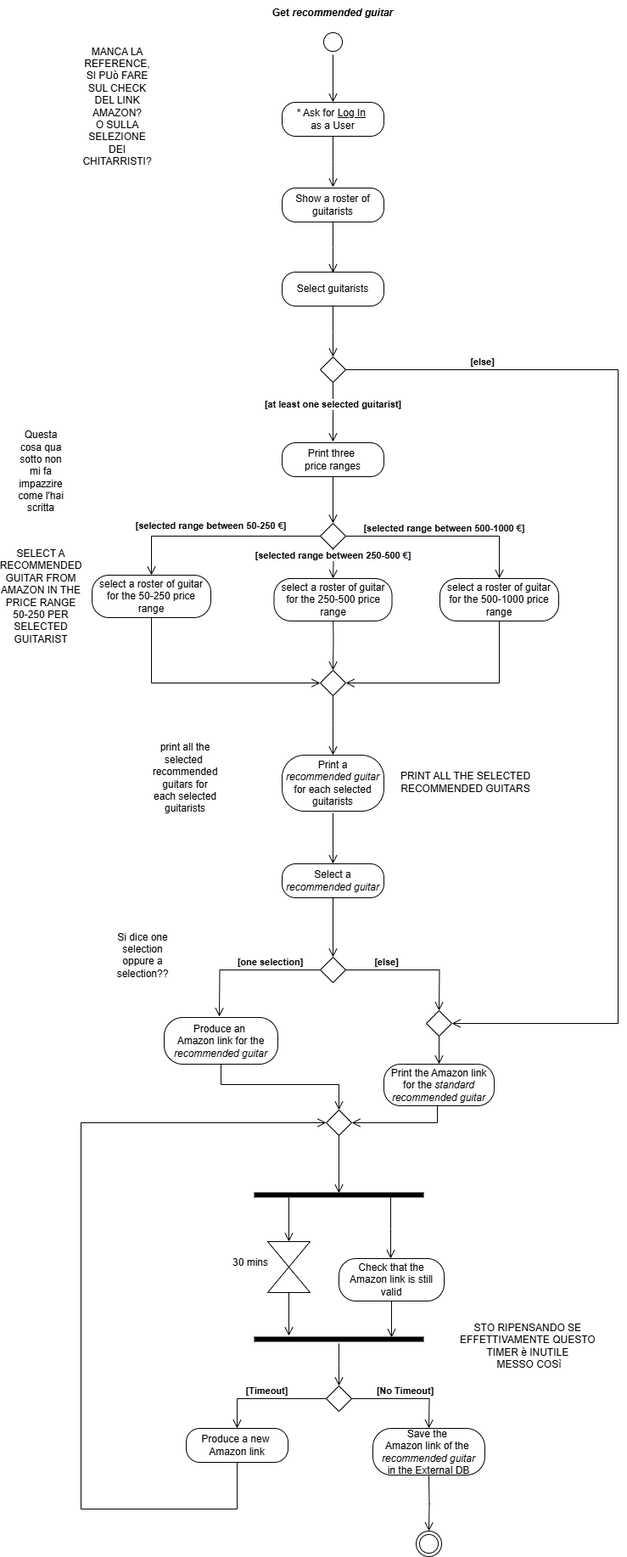
The draw.io diagram ActivityDiagramM.drawio.png in TizianoLilli/ISPW-Project, before a commit. Source tidied: cells renumbered, new cells last; positions are measured from the earlier drawing's top-left corner, leaving out a move shared by most shapes.
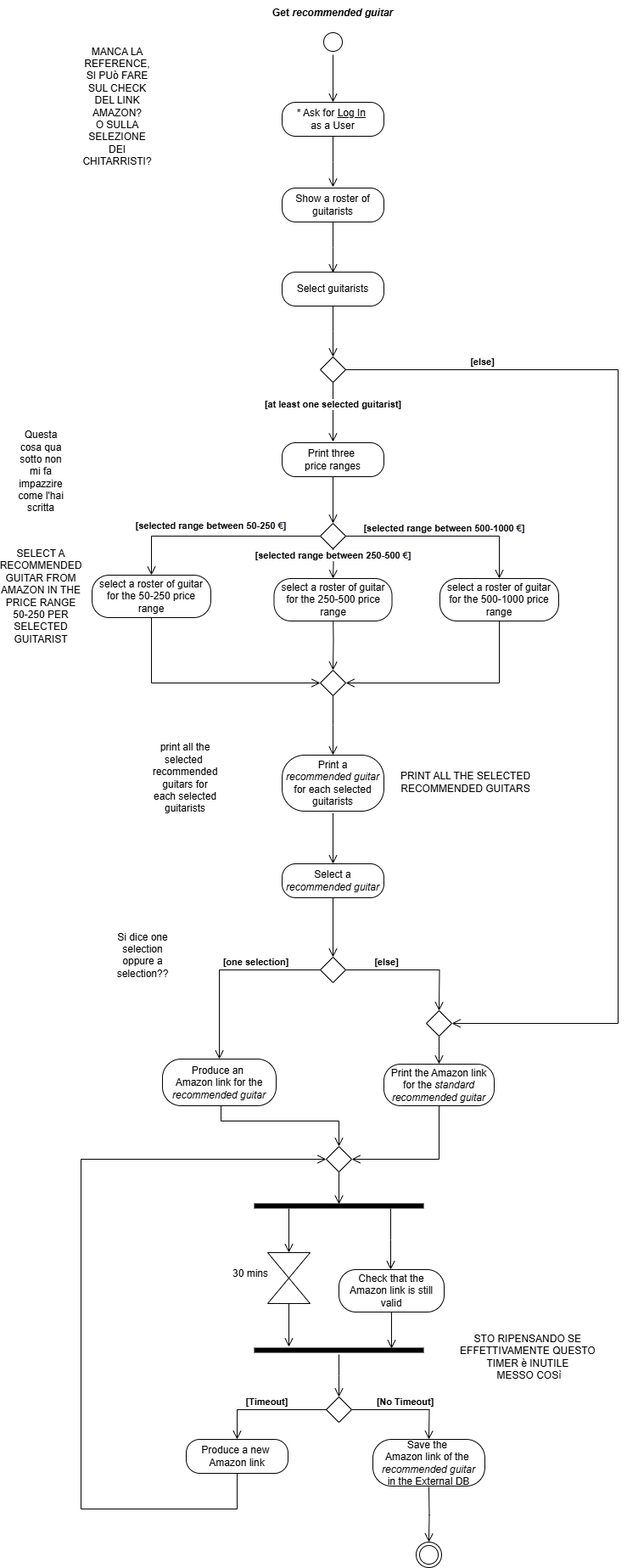
Later version of the same file.

What changed in the source:
```diff
@@ -86,91 +86,91 @@
       </mxGeometry>
     </mxCell>
     <mxCell id="20" value="Produce an&amp;nbsp;&lt;div&gt;Amazon link for the&lt;/div&gt;&lt;div&gt;&lt;i&gt;recommended guitar&lt;/i&gt;&lt;/div&gt;" style="rounded=1;whiteSpace=wrap;html=1;arcSize=40;labelBackgroundColor=none;" parent="1" vertex="1">
-      <mxGeometry x="175" y="1198" width="134" height="55" as="geometry" />
+      <mxGeometry x="173" y="1247" width="134" height="55" as="geometry" />
     </mxCell>
     <mxCell id="21" style="edgeStyle=orthogonalEdgeStyle;html=1;verticalAlign=bottom;endArrow=open;endSize=8;rounded=0;labelBackgroundColor=none;fontColor=default;" parent="1" edge="1" source="20" target="39">
       <mxGeometry relative="1" as="geometry">
         <Array as="points">
-          <mxPoint x="242" y="1277" />
-          <mxPoint x="381" y="1277" />
+          <mxPoint x="242" y="1320" />
+          <mxPoint x="381" y="1320" />
         </Array>
       </mxGeometry>
     </mxCell>
     <mxCell id="22" style="shape=line;html=1;strokeWidth=6;labelBackgroundColor=none;" parent="1" vertex="1">
-      <mxGeometry x="281" y="1402" width="200" height="10" as="geometry" />
+      <mxGeometry x="281" y="1415" width="200" height="10" as="geometry" />
     </mxCell>
     <mxCell id="23" style="edgeStyle=orthogonalEdgeStyle;html=1;verticalAlign=bottom;endArrow=open;endSize=8;rounded=0;exitX=0.805;exitY=0.8;exitDx=0;exitDy=0;exitPerimeter=0;labelBackgroundColor=none;fontColor=default;" parent="1" edge="1" source="22">
       <mxGeometry relative="1" as="geometry">
-        <mxPoint x="442" y="1482" as="targetPoint" />
+        <mxPoint x="442" y="1495" as="targetPoint" />
       </mxGeometry>
     </mxCell>
     <mxCell id="24" value="Check that the Amazon link is still valid" style="rounded=1;whiteSpace=wrap;html=1;arcSize=40;labelBackgroundColor=none;" parent="1" vertex="1">
-      <mxGeometry x="381" y="1482" width="124" height="50" as="geometry" />
+      <mxGeometry x="381" y="1495" width="124" height="50" as="geometry" />
     </mxCell>
     <mxCell id="25" style="edgeStyle=orthogonalEdgeStyle;html=1;verticalAlign=bottom;endArrow=open;endSize=8;rounded=0;exitX=0.5;exitY=1;exitDx=0;exitDy=0;entryX=0.81;entryY=0.3;entryDx=0;entryDy=0;entryPerimeter=0;labelBackgroundColor=none;fontColor=default;" parent="1" edge="1" source="24" target="32">
       <mxGeometry relative="1" as="geometry" />
     </mxCell>
     <mxCell id="26" style="rhombus;whiteSpace=wrap;html=1;labelBackgroundColor=none;" parent="1" vertex="1">
-      <mxGeometry x="366" y="1632" width="30" height="30" as="geometry" />
+      <mxGeometry x="366" y="1645" width="30" height="30" as="geometry" />
     </mxCell>
     <mxCell id="27" style="triangle;whiteSpace=wrap;html=1;direction=south;labelBackgroundColor=none;" parent="1" vertex="1">
-      <mxGeometry x="297" y="1462" width="50" height="30" as="geometry" />
+      <mxGeometry x="297" y="1475" width="50" height="30" as="geometry" />
     </mxCell>
     <mxCell id="28" style="triangle;whiteSpace=wrap;html=1;direction=north;labelBackgroundColor=none;" parent="1" vertex="1">
-      <mxGeometry x="297" y="1492" width="50" height="30" as="geometry" />
+      <mxGeometry x="297" y="1505" width="50" height="30" as="geometry" />
     </mxCell>
     <mxCell id="29" style="edgeStyle=orthogonalEdgeStyle;html=1;verticalAlign=bottom;endArrow=open;endSize=8;rounded=0;entryX=0;entryY=0.5;entryDx=0;entryDy=0;exitX=0.205;exitY=0.8;exitDx=0;exitDy=0;exitPerimeter=0;labelBackgroundColor=none;fontColor=default;" parent="1" edge="1" source="22" target="27">
       <mxGeometry relative="1" as="geometry" />
     </mxCell>
     <mxCell id="30" value="30 mins" style="text;html=1;align=center;verticalAlign=middle;whiteSpace=wrap;rounded=0;labelBackgroundColor=none;" parent="1" vertex="1">
-      <mxGeometry x="247" y="1472" width="60" height="30" as="geometry" />
+      <mxGeometry x="247" y="1485" width="60" height="30" as="geometry" />
     </mxCell>
     <mxCell id="31" style="edgeStyle=orthogonalEdgeStyle;html=1;verticalAlign=bottom;endArrow=open;endSize=8;rounded=0;entryX=0.205;entryY=0.1;entryDx=0;entryDy=0;exitX=0;exitY=0.5;exitDx=0;exitDy=0;entryPerimeter=0;labelBackgroundColor=none;fontColor=default;" parent="1" edge="1" source="28" target="32">
       <mxGeometry relative="1" as="geometry" />
     </mxCell>
     <mxCell id="32" style="shape=line;html=1;strokeWidth=6;labelBackgroundColor=none;" parent="1" vertex="1">
-      <mxGeometry x="281" y="1572" width="200" height="10" as="geometry" />
+      <mxGeometry x="281" y="1585" width="200" height="10" as="geometry" />
     </mxCell>
     <mxCell id="33" style="edgeStyle=orthogonalEdgeStyle;html=1;verticalAlign=bottom;endArrow=open;endSize=8;rounded=0;labelBackgroundColor=none;fontColor=default;" parent="1" edge="1" source="32">
       <mxGeometry relative="1" as="geometry">
-        <mxPoint x="381" y="1632" as="targetPoint" />
+        <mxPoint x="381" y="1645" as="targetPoint" />
       </mxGeometry>
     </mxCell>
     <mxCell id="34" value="&lt;b&gt;[No Timeout]&lt;/b&gt;" style="edgeStyle=orthogonalEdgeStyle;html=1;verticalAlign=bottom;endArrow=open;endSize=8;rounded=0;exitX=1;exitY=0.5;exitDx=0;exitDy=0;labelBackgroundColor=none;fontColor=default;" parent="1" edge="1" source="26">
       <mxGeometry relative="1" as="geometry">
-        <mxPoint x="487" y="1682" as="targetPoint" />
+        <mxPoint x="487" y="1695" as="targetPoint" />
       </mxGeometry>
     </mxCell>
     <mxCell id="35" value="Save the&amp;nbsp;&lt;div&gt;Amazon link&amp;nbsp;&lt;span style=&quot;background-color: initial;&quot;&gt;of the&amp;nbsp;&lt;/span&gt;&lt;div&gt;&lt;div&gt;&lt;i&gt;recommended guitar&lt;/i&gt;&lt;/div&gt;&lt;div&gt;in the External DB&lt;/div&gt;&lt;/div&gt;&lt;/div&gt;" style="rounded=1;whiteSpace=wrap;html=1;arcSize=40;labelBackgroundColor=none;" parent="1" vertex="1">
-      <mxGeometry x="421" y="1682" width="132" height="55" as="geometry" />
+      <mxGeometry x="421" y="1695" width="132" height="55" as="geometry" />
     </mxCell>
     <mxCell id="36" value="&lt;b&gt;[Timeout]&lt;/b&gt;" style="edgeStyle=orthogonalEdgeStyle;html=1;verticalAlign=bottom;endArrow=open;endSize=8;rounded=0;exitX=0;exitY=0.5;exitDx=0;exitDy=0;labelBackgroundColor=none;fontColor=default;" parent="1" edge="1" source="26" target="37">
       <mxGeometry relative="1" as="geometry" />
     </mxCell>
     <mxCell id="37" value="&lt;div&gt;&lt;span style=&quot;background-color: initial;&quot;&gt;Produce a new&amp;nbsp;&lt;/span&gt;&lt;/div&gt;&lt;div&gt;Amazon link&lt;/div&gt;" style="rounded=1;whiteSpace=wrap;html=1;arcSize=40;labelBackgroundColor=none;" parent="1" vertex="1">
-      <mxGeometry x="201" y="1682" width="120" height="40" as="geometry" />
+      <mxGeometry x="201" y="1695" width="120" height="40" as="geometry" />
     </mxCell>
     <mxCell id="38" style="edgeStyle=orthogonalEdgeStyle;html=1;verticalAlign=bottom;endArrow=open;endSize=8;rounded=0;exitX=0.5;exitY=1;exitDx=0;exitDy=0;entryX=0;entryY=0.5;entryDx=0;entryDy=0;labelBackgroundColor=none;fontColor=default;" parent="1" edge="1" source="37" target="39">
       <mxGeometry relative="1" as="geometry">
         <Array as="points">
           <mxPoint x="261" y="1777" />
           <mxPoint x="77" y="1777" />
-          <mxPoint x="77" y="1322" />
+          <mxPoint x="77" y="1365" />
         </Array>
       </mxGeometry>
     </mxCell>
     <mxCell id="39" style="rhombus;whiteSpace=wrap;html=1;labelBackgroundColor=none;" parent="1" vertex="1">
-      <mxGeometry x="366" y="1307" width="30" height="30" as="geometry" />
+      <mxGeometry x="366" y="1350" width="30" height="30" as="geometry" />
     </mxCell>
     <mxCell id="40" style="edgeStyle=orthogonalEdgeStyle;html=1;verticalAlign=bottom;endArrow=open;endSize=8;rounded=0;entryX=0.5;entryY=0.3;entryDx=0;entryDy=0;entryPerimeter=0;exitX=0.5;exitY=1;exitDx=0;exitDy=0;labelBackgroundColor=none;fontColor=default;" parent="1" edge="1" source="39" target="22">
       <mxGeometry relative="1" as="geometry" />
     </mxCell>
     <mxCell id="41" style="ellipse;html=1;shape=endState;labelBackgroundColor=none;" parent="1" vertex="1">
-      <mxGeometry x="472" y="1803" width="30" height="30" as="geometry" />
+      <mxGeometry x="472" y="1816" width="30" height="30" as="geometry" />
     </mxCell>
     <mxCell id="42" style="edgeStyle=orthogonalEdgeStyle;html=1;verticalAlign=bottom;endArrow=open;endSize=8;rounded=0;entryX=0.5;entryY=0;entryDx=0;entryDy=0;exitX=0.5;exitY=1;exitDx=0;exitDy=0;labelBackgroundColor=none;fontColor=default;" parent="1" edge="1" target="41">
       <mxGeometry relative="1" as="geometry">
-        <mxPoint x="487" y="1738" as="sourcePoint" />
+        <mxPoint x="487" y="1751" as="sourcePoint" />
       </mxGeometry>
     </mxCell>
     <mxCell id="43" style="ellipse;html=1;shape=startState;labelBackgroundColor=none;" parent="1" vertex="1">
@@ -194,7 +194,7 @@
       </mxGeometry>
     </mxCell>
     <mxCell id="49" value="STO RIPENSANDO SE&amp;nbsp;&lt;div&gt;EFFETTIVAMENTE QUESTO&amp;nbsp;&lt;/div&gt;&lt;div&gt;TIMER è INUTILE&amp;nbsp;&lt;/div&gt;&lt;div&gt;MESSO COSì&lt;/div&gt;" style="text;html=1;align=center;verticalAlign=middle;strokeColor=none;fillColor=none;labelBackgroundColor=none;" parent="1" vertex="1">
-      <mxGeometry x="510" y="1550" width="190" height="70" as="geometry" />
+      <mxGeometry x="510" y="1563" width="190" height="70" as="geometry" />
     </mxCell>
     <mxCell id="50" value="SELECT A RECOMMENDED GUITAR FROM AMAZON IN THE PRICE RANGE 50-250 PER SELECTED GUITARIST" style="text;html=1;align=center;verticalAlign=middle;whiteSpace=wrap;rounded=0;labelBackgroundColor=none;" parent="1" vertex="1">
       <mxGeometry y="687" width="60" height="30" as="geometry" />
@@ -214,10 +214,8 @@
     <mxCell id="55" style="rhombus;whiteSpace=wrap;html=1;labelBackgroundColor=none;" parent="1" vertex="1">
       <mxGeometry x="359" y="1127" width="30" height="30" as="geometry" />
     </mxCell>
-    <mxCell id="56" value="&lt;b&gt;[one selection]&lt;/b&gt;" style="edgeStyle=orthogonalEdgeStyle;html=1;verticalAlign=bottom;endArrow=open;endSize=8;rounded=0;labelBackgroundColor=none;fontColor=default;exitX=0;exitY=0.5;exitDx=0;exitDy=0;" parent="1" edge="1" source="55">
-      <mxGeometry x="-0.32" relative="1" as="geometry">
-        <mxPoint x="240" y="1197" as="targetPoint" />
-      </mxGeometry>
+    <mxCell id="56" value="&lt;b&gt;[one selection]&lt;/b&gt;" style="edgeStyle=orthogonalEdgeStyle;html=1;verticalAlign=bottom;endArrow=open;endSize=8;rounded=0;labelBackgroundColor=none;fontColor=default;exitX=0;exitY=0.5;exitDx=0;exitDy=0;entryX=0.5;entryY=0;entryDx=0;entryDy=0;" parent="1" edge="1" source="55" target="20">
+      <mxGeometry x="-0.32" relative="1" as="geometry" />
     </mxCell>
     <mxCell id="57" value="Si dice one selection oppure a selection??&lt;div&gt;&lt;br&gt;&lt;/div&gt;" style="text;html=1;align=center;verticalAlign=middle;whiteSpace=wrap;rounded=0;labelBackgroundColor=none;" parent="1" vertex="1">
       <mxGeometry x="120" y="1117" width="60" height="30" as="geometry" />
@@ -228,7 +226,7 @@
     <mxCell id="59" style="edgeStyle=orthogonalEdgeStyle;html=1;verticalAlign=bottom;endArrow=open;endSize=8;rounded=0;labelBackgroundColor=none;fontColor=default;entryX=1;entryY=0.5;entryDx=0;entryDy=0;exitX=0.5;exitY=1;exitDx=0;exitDy=0;" parent="1" edge="1" source="58" target="39">
       <mxGeometry relative="1" as="geometry">
         <Array as="points">
-          <mxPoint x="497" y="1322" />
+          <mxPoint x="499" y="1365" />
         </Array>
       </mxGeometry>
     </mxCell>
```
